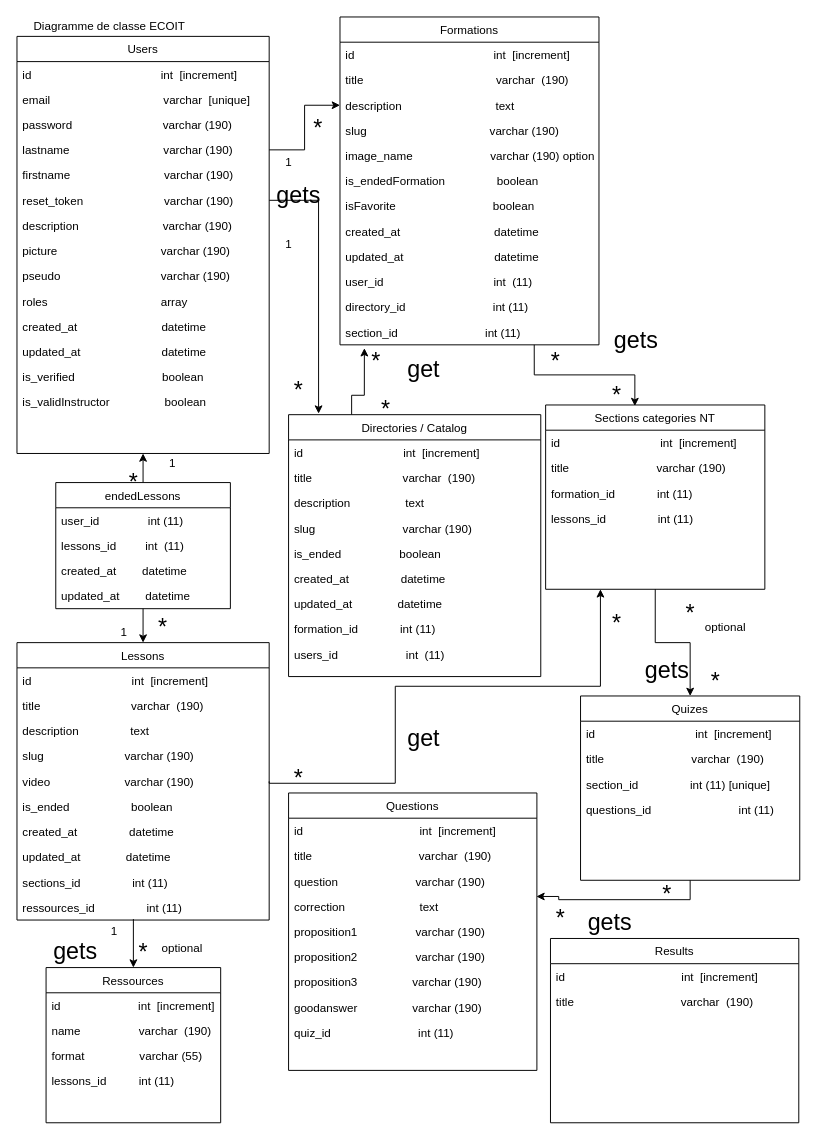
The draw.io diagram ECO IT/diag_de_classe_ecoit.drawio in cyrisa02/diagrammes-UML, before the edit. Source tidied: cells renumbered, new cells numbered last; positions are measured from the earlier drawing's top-left corner, leaving out a move shared by most shapes. Both pictures are drawn from the tidied source at 97%, with x=0, y=0 at pixel (16, 16).
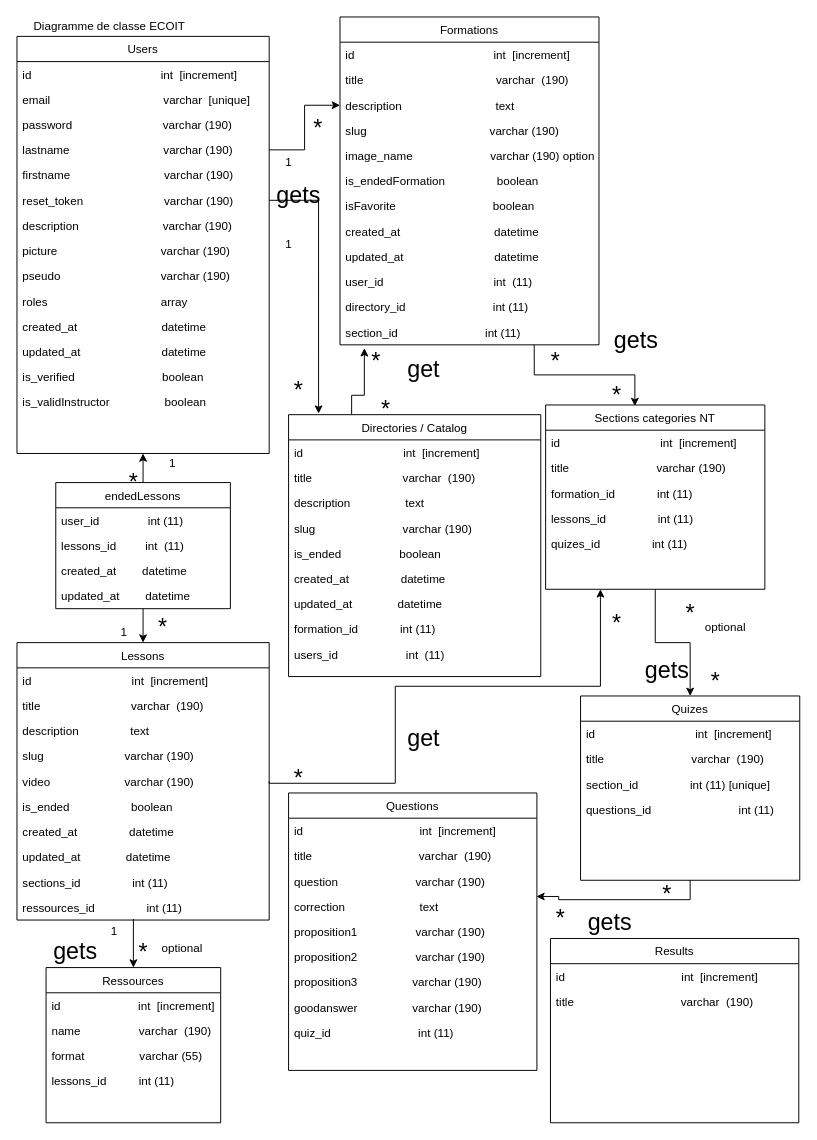
After the change.

The change refers to these unchanged cells:
```xml
<mxCell id="32" value="Sections categories NT" style="swimlane;fontStyle=0;align=center;verticalAlign=top;horizontal=1;startSize=26;rounded=0;shadow=0;strokeWidth=1;" parent="1" vertex="1">
  <mxGeometry x="545" y="400" width="226" height="190" as="geometry" />
</mxCell>
```

Diff of the diagram source:
```diff
@@
+    <mxCell id="124" value="quizes_id                int (11)" style="text;align=left;verticalAlign=top;spacingLeft=4;spacingRight=4;overflow=hidden;" parent="32" vertex="1">
+      <mxGeometry y="130" width="226" height="26" as="geometry" />
+    </mxCell>
```
